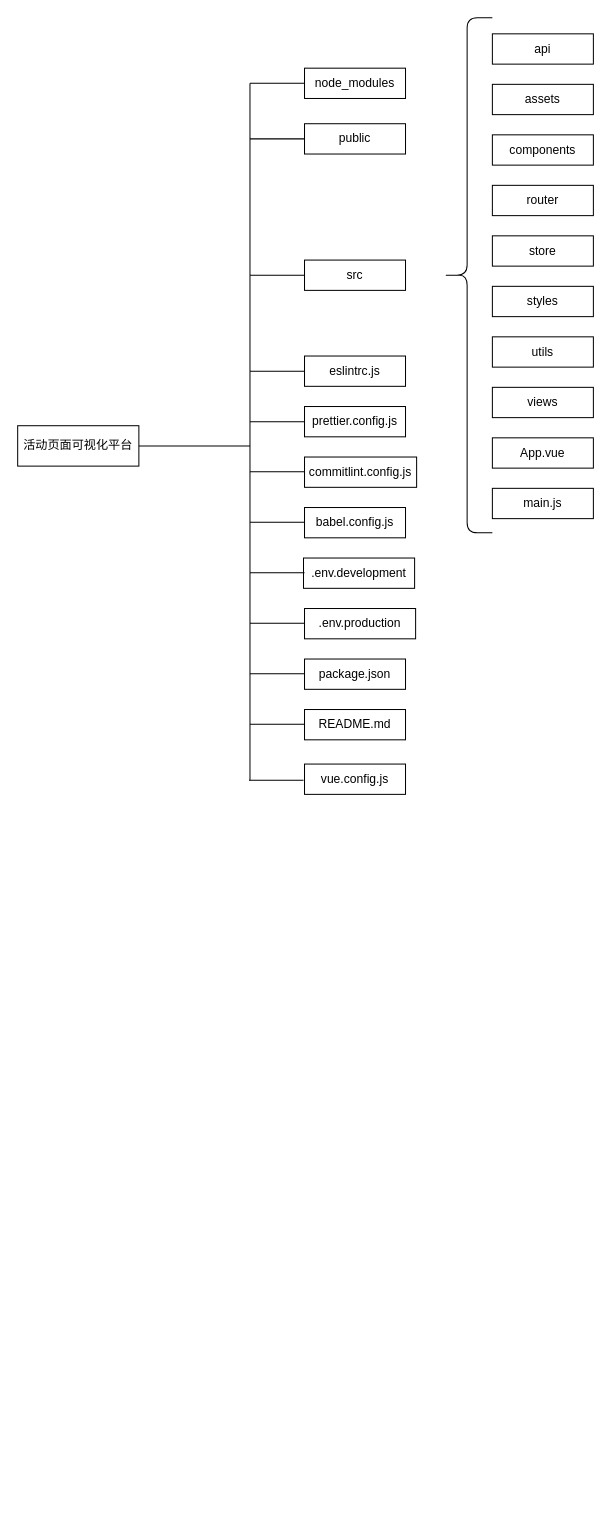
Before: 前端和后端项目结构图.drawio in yuxinyu12345/diagrams, a draw.io diagram. Source tidied: cells renumbered, new cells numbered last; positions are measured from the earlier drawing's top-left corner, leaving out a move shared by most shapes. Both pictures are drawn from the tidied source at 101%, with x=0, y=0 at pixel (17, 17).
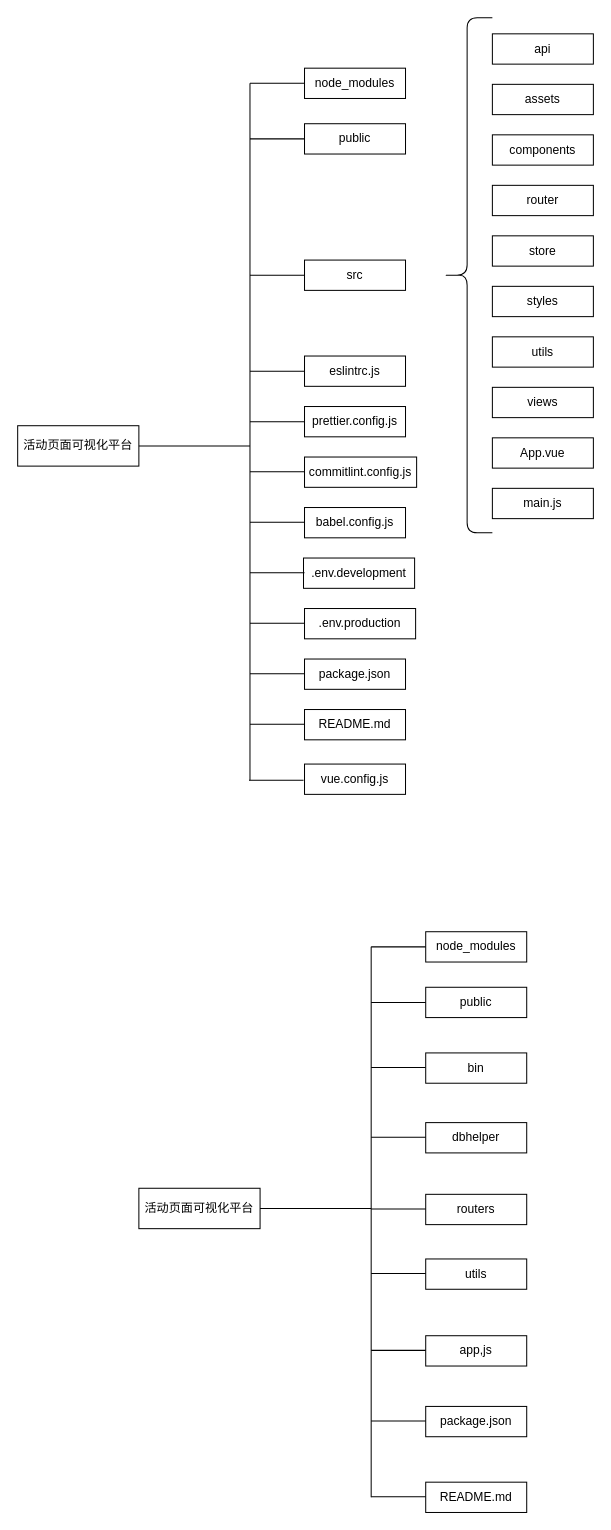
After the change.

Commit message (it also covers changes not shown here):
更新前端和后端项目结构图.drawio

Change to the diagram source:
```diff
@@
+    <mxCell id="40" value="活动页面可视化平台" style="rounded=0;whiteSpace=wrap;html=1;" parent="1" vertex="1">
+      <mxGeometry x="120" y="1159" width="120" height="40" as="geometry" />
+    </mxCell>
+    <mxCell id="41" value="node_modules" style="rounded=0;whiteSpace=wrap;html=1;" parent="1" vertex="1">
+      <mxGeometry x="404" y="905" width="100" height="30" as="geometry" />
+    </mxCell>
+    <mxCell id="42" value="public" style="rounded=0;whiteSpace=wrap;html=1;" parent="1" vertex="1">
+      <mxGeometry x="404" y="960" width="100" height="30" as="geometry" />
+    </mxCell>
+    <mxCell id="43" value="package.json" style="rounded=0;whiteSpace=wrap;html=1;" parent="1" vertex="1">
+      <mxGeometry x="404" y="1375" width="100" height="30" as="geometry" />
+    </mxCell>
+    <mxCell id="44" value="README.md" style="rounded=0;whiteSpace=wrap;html=1;" parent="1" vertex="1">
+      <mxGeometry x="404" y="1450" width="100" height="30" as="geometry" />
+    </mxCell>
+    <mxCell id="45" style="endArrow=none;html=1;rounded=0;exitX=1;exitY=0.5;exitDx=0;exitDy=0;" parent="1" edge="1" source="40">
+      <mxGeometry relative="1" as="geometry">
+        <mxPoint x="350" y="1179" as="targetPoint" />
+      </mxGeometry>
+    </mxCell>
+    <mxCell id="46" style="endArrow=none;html=1;rounded=0;" parent="1" edge="1">
+      <mxGeometry relative="1" as="geometry">
+        <mxPoint x="350" y="920" as="sourcePoint" />
+        <mxPoint x="350" y="1465" as="targetPoint" />
+      </mxGeometry>
+    </mxCell>
+    <mxCell id="47" style="endArrow=none;html=1;rounded=0;entryX=0;entryY=0.5;entryDx=0;entryDy=0;" parent="1" edge="1" target="41">
+      <mxGeometry relative="1" as="geometry">
+        <mxPoint x="350" y="920" as="sourcePoint" />
+      </mxGeometry>
+    </mxCell>
+    <mxCell id="48" style="endArrow=none;html=1;rounded=0;entryX=0;entryY=0.5;entryDx=0;entryDy=0;" parent="1" edge="1" target="42">
+      <mxGeometry relative="1" as="geometry">
+        <mxPoint x="350" y="975" as="sourcePoint" />
+      </mxGeometry>
+    </mxCell>
+    <mxCell id="49" style="endArrow=none;html=1;rounded=0;" parent="1" edge="1">
+      <mxGeometry relative="1" as="geometry">
+        <mxPoint x="350" y="1039.5" as="sourcePoint" />
+        <mxPoint x="404" y="1039.5" as="targetPoint" />
+      </mxGeometry>
+    </mxCell>
+    <mxCell id="50" style="endArrow=none;html=1;rounded=0;" parent="1" edge="1">
+      <mxGeometry relative="1" as="geometry">
+        <mxPoint x="350" y="1464.5" as="sourcePoint" />
+        <mxPoint x="404" y="1464.5" as="targetPoint" />
+      </mxGeometry>
+    </mxCell>
+    <mxCell id="51" value="bin" style="rounded=0;whiteSpace=wrap;html=1;" parent="1" vertex="1">
+      <mxGeometry x="404" y="1025" width="100" height="30" as="geometry" />
+    </mxCell>
+    <mxCell id="52" value="dbhelper" style="rounded=0;whiteSpace=wrap;html=1;" parent="1" vertex="1">
+      <mxGeometry x="404" y="1094" width="100" height="30" as="geometry" />
+    </mxCell>
+    <mxCell id="53" value="routers" style="rounded=0;whiteSpace=wrap;html=1;" parent="1" vertex="1">
+      <mxGeometry x="404" y="1165" width="100" height="30" as="geometry" />
+    </mxCell>
+    <mxCell id="54" value="utils" style="rounded=0;whiteSpace=wrap;html=1;" parent="1" vertex="1">
+      <mxGeometry x="404" y="1229" width="100" height="30" as="geometry" />
+    </mxCell>
+    <mxCell id="55" value="app,js" style="rounded=0;whiteSpace=wrap;html=1;" parent="1" vertex="1">
+      <mxGeometry x="404" y="1305" width="100" height="30" as="geometry" />
+    </mxCell>
+    <mxCell id="56" style="endArrow=none;html=1;rounded=0;" parent="1" edge="1">
+      <mxGeometry relative="1" as="geometry">
+        <mxPoint x="350" y="1108.5" as="sourcePoint" />
+        <mxPoint x="404" y="1108.5" as="targetPoint" />
+      </mxGeometry>
+    </mxCell>
+    <mxCell id="57" style="endArrow=none;html=1;rounded=0;" parent="1" edge="1">
+      <mxGeometry relative="1" as="geometry">
+        <mxPoint x="350" y="1179.5" as="sourcePoint" />
+        <mxPoint x="404" y="1179.5" as="targetPoint" />
+      </mxGeometry>
+    </mxCell>
+    <mxCell id="58" style="endArrow=none;html=1;rounded=0;" parent="1" edge="1">
+      <mxGeometry relative="1" as="geometry">
+        <mxPoint x="350" y="1243.5" as="sourcePoint" />
+        <mxPoint x="404" y="1243.5" as="targetPoint" />
+      </mxGeometry>
+    </mxCell>
+    <mxCell id="59" style="endArrow=none;html=1;rounded=0;" parent="1" edge="1">
+      <mxGeometry relative="1" as="geometry">
+        <mxPoint x="350" y="1319.5" as="sourcePoint" />
+        <mxPoint x="404" y="1319.5" as="targetPoint" />
+      </mxGeometry>
+    </mxCell>
+    <mxCell id="60" style="endArrow=none;html=1;rounded=0;" parent="1" edge="1">
+      <mxGeometry relative="1" as="geometry">
+        <mxPoint x="350" y="1389.5" as="sourcePoint" />
+        <mxPoint x="404" y="1389.5" as="targetPoint" />
+      </mxGeometry>
+    </mxCell>
```
